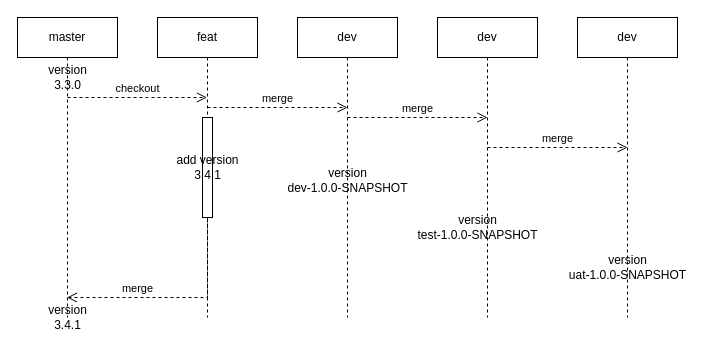
The draw.io diagram 版本提交.drawio in SteveGlory/steveglory.github.io, before the edit. Source tidied: cells renumbered, new cells numbered last; positions are measured from the earlier drawing's top-left corner, leaving out a move shared by most shapes. Both pictures are drawn from the tidied source at 100%, with x=0, y=0 at pixel (17, 17).
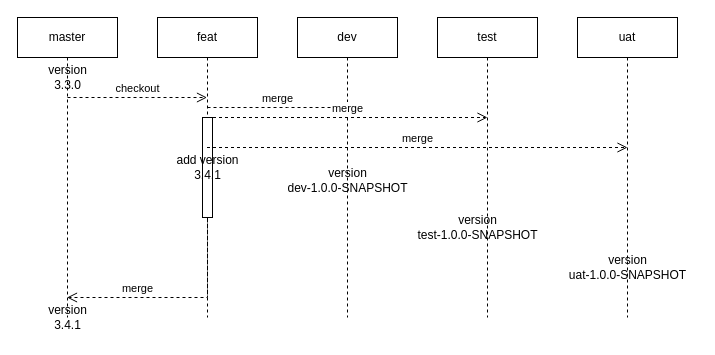
After the change.

Commit message (it also covers changes not shown here):
更新版本提交.drawio

Unchanged cells that the change refers to:
```xml
<mxCell id="7" value="feat" style="shape=umlLifeline;perimeter=lifelinePerimeter;whiteSpace=wrap;html=1;outlineConnect=0;portConstraint=eastwest;newEdgeStyle={&quot;edgeStyle&quot;:&quot;elbowEdgeStyle&quot;,&quot;elbow&quot;:&quot;vertical&quot;,&quot;curved&quot;:0,&quot;rounded&quot;:0};" parent="1" vertex="1">
  <mxGeometry x="140" width="100" height="300" as="geometry" />
</mxCell>
```

The edit, as a diff of the source:
```diff
@@
-    <mxCell id="5" value="dev" style="shape=umlLifeline;perimeter=lifelinePerimeter;whiteSpace=wrap;html=1;newEdgeStyle={&quot;edgeStyle&quot;:&quot;elbowEdgeStyle&quot;,&quot;elbow&quot;:&quot;vertical&quot;,&quot;curved&quot;:0,&quot;rounded&quot;:0};" parent="1" vertex="1">
+    <mxCell id="5" value="test" style="shape=umlLifeline;perimeter=lifelinePerimeter;whiteSpace=wrap;html=1;newEdgeStyle={&quot;edgeStyle&quot;:&quot;elbowEdgeStyle&quot;,&quot;elbow&quot;:&quot;vertical&quot;,&quot;curved&quot;:0,&quot;rounded&quot;:0};" parent="1" vertex="1">
       <mxGeometry x="420" width="100" height="300" as="geometry" />
     </mxCell>
-    <mxCell id="6" value="dev" style="shape=umlLifeline;perimeter=lifelinePerimeter;whiteSpace=wrap;html=1;newEdgeStyle={&quot;edgeStyle&quot;:&quot;elbowEdgeStyle&quot;,&quot;elbow&quot;:&quot;vertical&quot;,&quot;curved&quot;:0,&quot;rounded&quot;:0};" parent="1" vertex="1">
+    <mxCell id="6" value="uat" style="shape=umlLifeline;perimeter=lifelinePerimeter;whiteSpace=wrap;html=1;newEdgeStyle={&quot;edgeStyle&quot;:&quot;elbowEdgeStyle&quot;,&quot;elbow&quot;:&quot;vertical&quot;,&quot;curved&quot;:0,&quot;rounded&quot;:0};" parent="1" vertex="1">
       <mxGeometry x="560" width="100" height="300" as="geometry" />
     </mxCell>
@@
-    <mxCell id="12" value="merge" style="html=1;verticalAlign=bottom;endArrow=open;dashed=1;endSize=8;edgeStyle=elbowEdgeStyle;elbow=vertical;curved=0;rounded=0;" parent="1" edge="1">
+    <mxCell id="12" value="merge" style="html=1;verticalAlign=bottom;endArrow=open;dashed=1;endSize=8;edgeStyle=elbowEdgeStyle;elbow=vertical;curved=0;rounded=0;" parent="1" edge="1" source="7">
       <mxGeometry relative="1" as="geometry">
-        <mxPoint x="330" y="100" as="sourcePoint" />
         <mxPoint x="470" y="100" as="targetPoint" />
         <Array as="points">
           <mxPoint x="410" y="100" />
         </Array>
       </mxGeometry>
     </mxCell>
-    <mxCell id="13" value="merge" style="html=1;verticalAlign=bottom;endArrow=open;dashed=1;endSize=8;edgeStyle=elbowEdgeStyle;elbow=vertical;curved=0;rounded=0;" parent="1" edge="1">
+    <mxCell id="13" value="merge" style="html=1;verticalAlign=bottom;endArrow=open;dashed=1;endSize=8;edgeStyle=elbowEdgeStyle;elbow=vertical;curved=0;rounded=0;" parent="1" edge="1" source="7">
       <mxGeometry relative="1" as="geometry">
-        <mxPoint x="470" y="130" as="sourcePoint" />
         <mxPoint x="610" y="130" as="targetPoint" />
         <Array as="points">
           <mxPoint x="550" y="130" />
         </Array>
       </mxGeometry>
     </mxCell>
```
